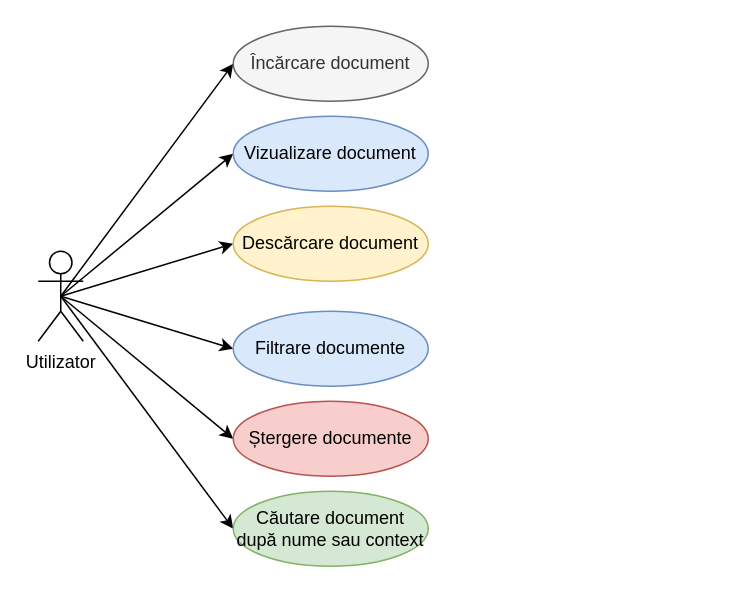
Before: page "Diagrama de use-case documente" (11 of 13) of Docs/Proiectare si Implementare.drawio in popalexr/Document-Interrogation-System, a draw.io diagram. Source tidied: cells renumbered, new cells numbered last; positions are measured from the earlier drawing's top-left corner, leaving out a move shared by most shapes. Both pictures are drawn from the tidied source at 150%, with x=0, y=0 at pixel (38, 26).
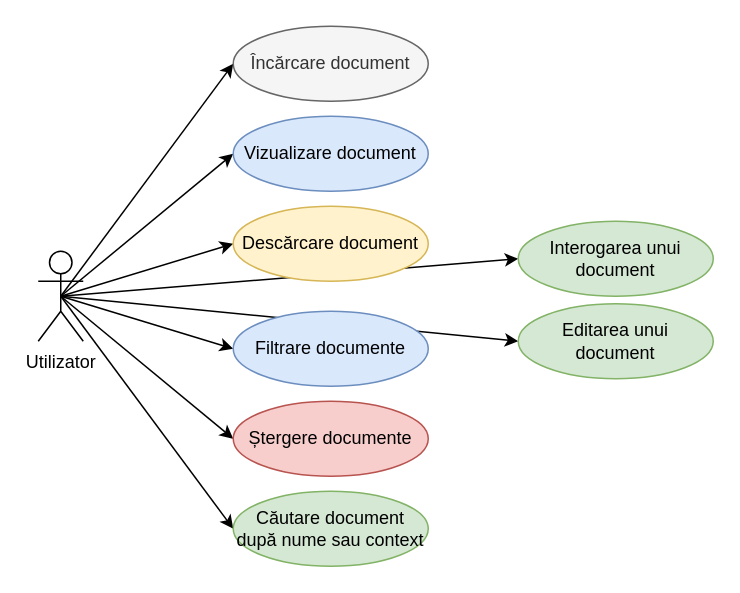
Above is the later version.

Change to the diagram source:
```diff
@@
 <mxGraphModel>
   <root>
     <mxCell id="0" />
     <mxCell id="1" parent="0" />
     <mxCell id="2" style="edgeStyle=none;rounded=0;jettySize=auto;html=1;exitX=0.5;exitY=0.5;exitDx=0;exitDy=0;exitPerimeter=0;entryX=0;entryY=0.5;entryDx=0;entryDy=0;" parent="1" edge="1" source="8" target="9">
       <mxGeometry relative="1" as="geometry" />
     </mxCell>
     <mxCell id="3" style="edgeStyle=none;rounded=0;jettySize=auto;html=1;exitX=0.5;exitY=0.5;exitDx=0;exitDy=0;exitPerimeter=0;entryX=0;entryY=0.5;entryDx=0;entryDy=0;" parent="1" edge="1" source="8" target="10">
       <mxGeometry relative="1" as="geometry" />
     </mxCell>
     <mxCell id="4" style="edgeStyle=none;rounded=0;jettySize=auto;html=1;exitX=0.5;exitY=0.5;exitDx=0;exitDy=0;exitPerimeter=0;entryX=0;entryY=0.5;entryDx=0;entryDy=0;" parent="1" edge="1" source="8" target="11">
       <mxGeometry relative="1" as="geometry" />
     </mxCell>
     <mxCell id="5" style="edgeStyle=none;rounded=0;jettySize=auto;html=1;exitX=0.5;exitY=0.5;exitDx=0;exitDy=0;exitPerimeter=0;entryX=0;entryY=0.5;entryDx=0;entryDy=0;" parent="1" edge="1" source="8" target="12">
       <mxGeometry relative="1" as="geometry" />
     </mxCell>
     <mxCell id="6" style="edgeStyle=none;rounded=0;jettySize=auto;html=1;exitX=0.5;exitY=0.5;exitDx=0;exitDy=0;exitPerimeter=0;entryX=0;entryY=0.5;entryDx=0;entryDy=0;" parent="1" edge="1" source="8" target="13">
       <mxGeometry relative="1" as="geometry" />
     </mxCell>
     <mxCell id="7" style="edgeStyle=none;rounded=0;jettySize=auto;html=1;exitX=0.5;exitY=0.5;exitDx=0;exitDy=0;exitPerimeter=0;entryX=0;entryY=0.5;entryDx=0;entryDy=0;" parent="1" edge="1" source="8" target="14">
       <mxGeometry relative="1" as="geometry" />
     </mxCell>
+    <mxCell id="15" style="rounded=0;jettySize=auto;html=1;exitX=0.5;exitY=0.5;exitDx=0;exitDy=0;exitPerimeter=0;entryX=0;entryY=0.5;entryDx=0;entryDy=0;" parent="1" edge="1" source="8" target="17">
+      <mxGeometry relative="1" as="geometry" />
+    </mxCell>
+    <mxCell id="16" style="rounded=0;jettySize=auto;html=1;exitX=0.5;exitY=0.5;exitDx=0;exitDy=0;exitPerimeter=0;entryX=0;entryY=0.5;entryDx=0;entryDy=0;" parent="1" edge="1" source="8" target="18">
+      <mxGeometry relative="1" as="geometry" />
+    </mxCell>
     <mxCell id="8" value="Utilizator" style="shape=umlActor;verticalLabelPosition=bottom;verticalAlign=top;html=1;" parent="1" vertex="1">
       <mxGeometry y="150" width="30" height="60" as="geometry" />
     </mxCell>
     <mxCell id="9" value="Încărcare document" style="ellipse;whiteSpace=wrap;html=1;fillColor=#f5f5f5;fontColor=#333333;strokeColor=#666666;" parent="1" vertex="1">
       <mxGeometry x="130" width="130" height="50" as="geometry" />
     </mxCell>
     <mxCell id="10" value="Vizualizare document" style="ellipse;whiteSpace=wrap;html=1;fillColor=#dae8fc;strokeColor=#6c8ebf;" parent="1" vertex="1">
       <mxGeometry x="130" y="60" width="130" height="50" as="geometry" />
     </mxCell>
     <mxCell id="11" value="Descărcare document" style="ellipse;whiteSpace=wrap;html=1;fillColor=#fff2cc;strokeColor=#d6b656;" parent="1" vertex="1">
       <mxGeometry x="130" y="120" width="130" height="50" as="geometry" />
     </mxCell>
     <mxCell id="12" value="Filtrare documente" style="ellipse;whiteSpace=wrap;html=1;fillColor=#dae8fc;strokeColor=#6c8ebf;" parent="1" vertex="1">
       <mxGeometry x="130" y="190" width="130" height="50" as="geometry" />
     </mxCell>
     <mxCell id="13" value="Ștergere documente" style="ellipse;whiteSpace=wrap;html=1;fillColor=#f8cecc;strokeColor=#b85450;" parent="1" vertex="1">
       <mxGeometry x="130" y="250" width="130" height="50" as="geometry" />
     </mxCell>
     <mxCell id="14" value="Căutare document&lt;div&gt;după nume sau context&lt;/div&gt;" style="ellipse;whiteSpace=wrap;html=1;fillColor=#d5e8d4;strokeColor=#82b366;" parent="1" vertex="1">
       <mxGeometry x="130" y="310" width="130" height="50" as="geometry" />
     </mxCell>
+    <mxCell id="17" value="Interogarea unui document" style="ellipse;whiteSpace=wrap;html=1;fillColor=#d5e8d4;strokeColor=#82b366;" parent="1" vertex="1">
+      <mxGeometry x="320" y="130" width="130" height="50" as="geometry" />
+    </mxCell>
+    <mxCell id="18" value="Editarea unui&lt;div&gt;document&lt;/div&gt;" style="ellipse;whiteSpace=wrap;html=1;fillColor=#d5e8d4;strokeColor=#82b366;" parent="1" vertex="1">
+      <mxGeometry x="320" y="185" width="130" height="50" as="geometry" />
+    </mxCell>
   </root>
 </mxGraphModel>
```
